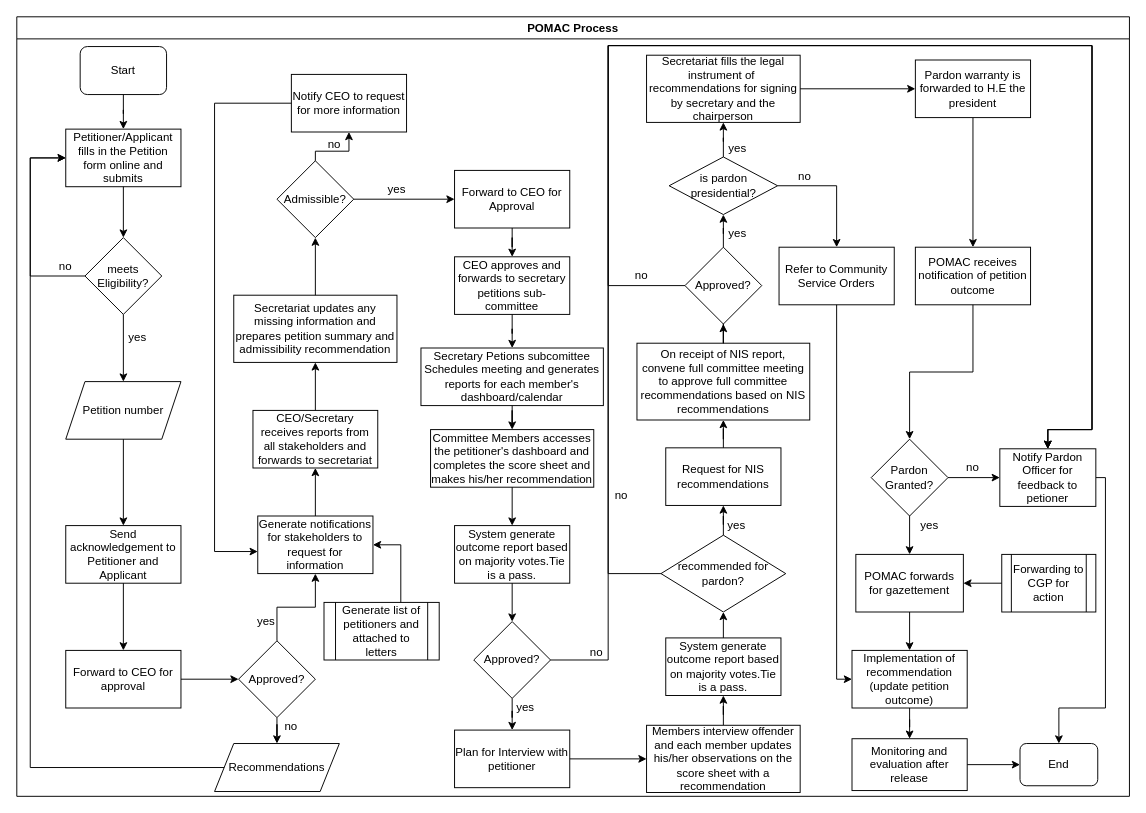
Before: POMAC RE-Engineered Process.drawio in kmagua/flowcharts, a draw.io diagram. Source tidied: cells renumbered, new cells numbered last; positions are measured from the earlier drawing's top-left corner, leaving out a move shared by most shapes. Both pictures are drawn from the tidied source at 96%, with x=0, y=0 at pixel (16, 16).
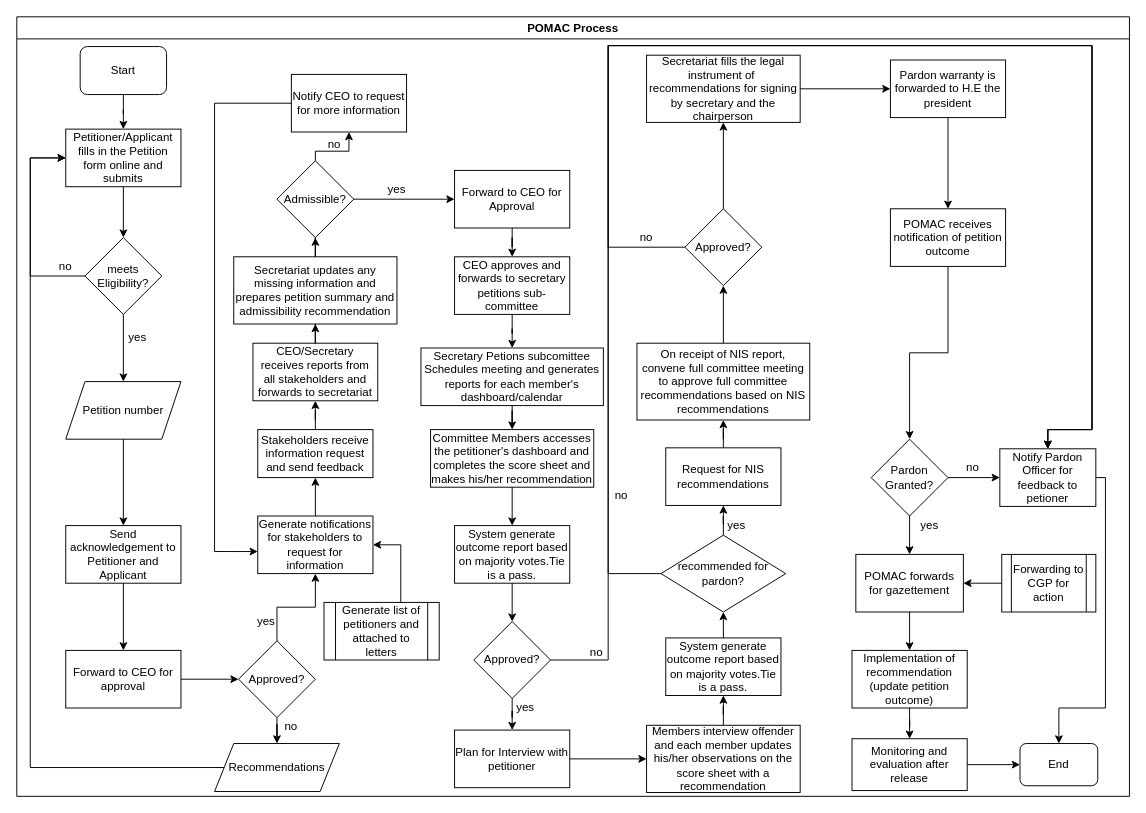
Above is the later version.

The change refers to these unchanged cells:
```xml
<mxCell id="2" value="POMAC Process" style="swimlane;" parent="1" vertex="1">
  <mxGeometry width="1159" height="812" as="geometry" />
</mxCell>
<mxCell id="10" value="Generate notifications for stakeholders to request for information" style="whiteSpace=wrap;html=1;rounded=0;" parent="2" vertex="1">
  <mxGeometry x="251" y="520" width="120" height="60" as="geometry" />
</mxCell>
<mxCell id="47" value="Implementation of&lt;br&gt;recommendation (update petition outcome)" style="whiteSpace=wrap;html=1;" parent="2" vertex="1">
  <mxGeometry x="870" y="660" width="120" height="60" as="geometry" />
</mxCell>
<mxCell id="60" value="Secretariat fills the legal instrument of&amp;nbsp; recommendations for signing by secretary and the chairperson" style="whiteSpace=wrap;html=1;" parent="2" vertex="1">
  <mxGeometry x="656" y="40" width="160" height="70" as="geometry" />
</mxCell>
<mxCell id="95" value="Notify Pardon Officer for feedback to petioner" style="whiteSpace=wrap;html=1;" parent="1" vertex="1">
  <mxGeometry x="1024" y="450" width="100" height="60" as="geometry" />
</mxCell>
```

Diff of the diagram source:
```diff
@@
     <mxCell id="12" value="CEO/Secretary receives reports from all stakeholders and forwards to secretariat" style="whiteSpace=wrap;html=1;rounded=0;" parent="2" vertex="1">
-      <mxGeometry x="246" y="410" width="130" height="60" as="geometry" />
+      <mxGeometry x="246" y="340" width="130" height="60" as="geometry" />
     </mxCell>
-    <mxCell id="13" style="edgeStyle=orthogonalEdgeStyle;rounded=0;jettySize=auto;html=1;" parent="2" edge="1" source="10" target="12">
-      <mxGeometry relative="1" as="geometry" />
-    </mxCell>
     <mxCell id="14" value="Secretariat updates any missing information and prepares petition summary and admissibility recommendation" style="whiteSpace=wrap;html=1;rounded=0;" parent="2" vertex="1">
-      <mxGeometry x="226" y="290" width="170" height="70" as="geometry" />
+      <mxGeometry x="226" y="250" width="170" height="70" as="geometry" />
     </mxCell>
-    <mxCell id="15" style="edgeStyle=orthogonalEdgeStyle;rounded=0;jettySize=auto;html=1;" parent="2" edge="1" source="12" target="14">
-      <mxGeometry relative="1" as="geometry" />
-    </mxCell>
@@
     <mxCell id="36" value="Approved?" style="rhombus;whiteSpace=wrap;html=1;" parent="2" vertex="1">
-      <mxGeometry x="696" y="240" width="80" height="80" as="geometry" />
+      <mxGeometry x="696" y="200" width="80" height="80" as="geometry" />
     </mxCell>
@@
-    <mxCell id="38" value="yes" style="text;html=1;strokeColor=none;fillColor=none;align=center;verticalAlign=middle;whiteSpace=wrap;rounded=0;" parent="2" vertex="1">
-      <mxGeometry x="731" y="216" width="40" height="20" as="geometry" />
-    </mxCell>
@@
     <mxCell id="40" value="POMAC receives notification of petition outcome" style="whiteSpace=wrap;html=1;" parent="2" vertex="1">
-      <mxGeometry x="936" y="240" width="120" height="60" as="geometry" />
+      <mxGeometry x="910" y="200" width="120" height="60" as="geometry" />
     </mxCell>
@@
     <mxCell id="46" value="Pardon warranty is forwarded to H.E the president" style="whiteSpace=wrap;html=1;" parent="2" vertex="1">
-      <mxGeometry x="936" y="45" width="120" height="60" as="geometry" />
+      <mxGeometry x="910" y="45" width="120" height="60" as="geometry" />
     </mxCell>
@@
     <mxCell id="56" value="no" style="text;html=1;strokeColor=none;fillColor=none;align=center;verticalAlign=middle;whiteSpace=wrap;rounded=0;" parent="2" vertex="1">
-      <mxGeometry x="631" y="260" width="40" height="20" as="geometry" />
+      <mxGeometry x="636" y="220" width="40" height="20" as="geometry" />
     </mxCell>
@@
-    <mxCell id="58" value="is pardon presidential?" style="rhombus;whiteSpace=wrap;html=1;" parent="2" vertex="1">
-      <mxGeometry x="679.5" y="146" width="113" height="60" as="geometry" />
-    </mxCell>
-    <mxCell id="59" style="edgeStyle=orthogonalEdgeStyle;rounded=0;jettySize=auto;html=1;entryX=0.5;entryY=1;entryDx=0;entryDy=0;" parent="2" edge="1" source="36" target="58">
+    <mxCell id="59" style="edgeStyle=orthogonalEdgeStyle;rounded=0;jettySize=auto;html=1;entryX=0.5;entryY=1;entryDx=0;entryDy=0;" parent="2" edge="1" source="36" target="60">
       <mxGeometry relative="1" as="geometry" />
     </mxCell>
@@
-    <mxCell id="62" style="edgeStyle=orthogonalEdgeStyle;rounded=0;jettySize=auto;html=1;entryX=0.5;entryY=1;entryDx=0;entryDy=0;" parent="2" edge="1" source="58" target="60">
-      <mxGeometry relative="1" as="geometry" />
-    </mxCell>
-    <mxCell id="63" value="Refer to Community Service Orders" style="whiteSpace=wrap;html=1;" parent="2" vertex="1">
-      <mxGeometry x="794" y="240" width="120" height="60" as="geometry" />
-    </mxCell>
-    <mxCell id="64" style="edgeStyle=orthogonalEdgeStyle;rounded=0;jettySize=auto;html=1;entryX=0.5;entryY=0;entryDx=0;entryDy=0;exitX=1;exitY=0.5;exitDx=0;exitDy=0;" parent="2" edge="1" source="58" target="63">
-      <mxGeometry relative="1" as="geometry">
-        <Array as="points">
-          <mxPoint x="854" y="176" />
-        </Array>
-      </mxGeometry>
-    </mxCell>
-    <mxCell id="65" style="edgeStyle=orthogonalEdgeStyle;rounded=0;jettySize=auto;html=1;entryX=0;entryY=0.5;entryDx=0;entryDy=0;" parent="2" edge="1" source="63" target="47">
-      <mxGeometry relative="1" as="geometry">
-        <Array as="points">
-          <mxPoint x="854" y="690" />
-        </Array>
-      </mxGeometry>
-    </mxCell>
-    <mxCell id="66" value="no" style="text;html=1;strokeColor=none;fillColor=none;align=center;verticalAlign=middle;whiteSpace=wrap;rounded=0;" parent="2" vertex="1">
-      <mxGeometry x="801" y="157" width="40" height="20" as="geometry" />
-    </mxCell>
@@
+    <mxCell id="104" value="Stakeholders receive information request and send feedback" style="whiteSpace=wrap;html=1;rounded=0;" parent="2" vertex="1">
+      <mxGeometry x="251" y="430" width="120" height="50" as="geometry" />
+    </mxCell>
+    <mxCell id="105" style="edgeStyle=orthogonalEdgeStyle;rounded=0;jettySize=auto;html=1;" parent="2" edge="1" source="10" target="104">
+      <mxGeometry relative="1" as="geometry" />
+    </mxCell>
+    <mxCell id="106" style="edgeStyle=orthogonalEdgeStyle;rounded=0;jettySize=auto;html=1;entryX=0.5;entryY=1;entryDx=0;entryDy=0;" parent="2" edge="1" source="104" target="12">
+      <mxGeometry relative="1" as="geometry" />
+    </mxCell>
+    <mxCell id="15" style="edgeStyle=orthogonalEdgeStyle;rounded=0;jettySize=auto;html=1;entryX=0.5;entryY=1;entryDx=0;entryDy=0;" parent="2" edge="1" source="12" target="14">
+      <mxGeometry relative="1" as="geometry" />
+    </mxCell>
@@
-    <mxCell id="97" style="edgeStyle=orthogonalEdgeStyle;rounded=0;jettySize=auto;html=1;entryX=0.5;entryY=0;entryDx=0;entryDy=0;" parent="1" edge="1" source="36" target="95">
+    <mxCell id="97" style="edgeStyle=orthogonalEdgeStyle;rounded=0;jettySize=auto;html=1;entryX=0.5;entryY=0;entryDx=0;entryDy=0;exitX=0;exitY=0.5;exitDx=0;exitDy=0;" parent="1" edge="1" source="36" target="95">
       <mxGeometry relative="1" as="geometry">
         <Array as="points">
-          <mxPoint x="616" y="280" />
+          <mxPoint x="616" y="240" />
           <mxPoint x="616" y="30" />
           <mxPoint x="1120" y="30" />
           <mxPoint x="1120" y="430" />
           <mxPoint x="1074" y="430" />
         </Array>
       </mxGeometry>
     </mxCell>
@@
-    <mxCell id="99" value="yes" style="text;html=1;strokeColor=none;fillColor=none;align=center;verticalAlign=middle;whiteSpace=wrap;rounded=0;" parent="1" vertex="1">
-      <mxGeometry x="731" y="127" width="40" height="20" as="geometry" />
-    </mxCell>
```
